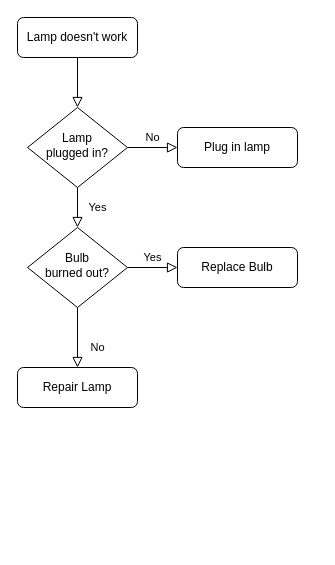
Earlier version of the draw.io diagram assets/未命名绘图.drawio (crazehub/crazehub.github.io). Source tidied: cells renumbered, new cells numbered last; positions are measured from the earlier drawing's top-left corner, leaving out a move shared by most shapes. Both pictures are drawn from the tidied source at 100%, with x=0, y=0 at pixel (17, 17).
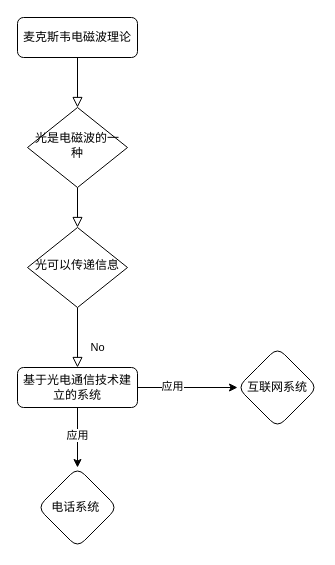
After the change.

What changed in the source:
```diff
@@
 <mxGraphModel>
   <root>
     <mxCell id="0" />
     <mxCell id="1" parent="0" />
     <mxCell id="2" style="rounded=0;html=1;jettySize=auto;fontSize=11;endArrow=block;endFill=0;endSize=8;strokeWidth=1;shadow=0;labelBackgroundColor=none;edgeStyle=orthogonalEdgeStyle;" parent="1" edge="1" source="3" target="6">
       <mxGeometry relative="1" as="geometry" />
     </mxCell>
-    <mxCell id="3" value="Lamp doesn't work" style="rounded=1;whiteSpace=wrap;html=1;fontSize=12;glass=0;strokeWidth=1;shadow=0;" parent="1" vertex="1">
+    <mxCell id="3" value="&lt;p class=&quot;paragraph&quot;&gt;麦克斯韦电磁波理论&lt;/p&gt;" style="rounded=1;whiteSpace=wrap;html=1;fontSize=12;glass=0;strokeWidth=1;shadow=0;" parent="1" vertex="1">
       <mxGeometry width="120" height="40" as="geometry" />
     </mxCell>
-    <mxCell id="4" value="Yes" style="rounded=0;html=1;jettySize=auto;fontSize=11;endArrow=block;endFill=0;endSize=8;strokeWidth=1;shadow=0;labelBackgroundColor=none;edgeStyle=orthogonalEdgeStyle;" parent="1" edge="1" source="6" target="10">
+    <mxCell id="4" style="rounded=0;html=1;jettySize=auto;fontSize=11;endArrow=block;endFill=0;endSize=8;strokeWidth=1;shadow=0;labelBackgroundColor=none;edgeStyle=orthogonalEdgeStyle;" parent="1" edge="1" source="6" target="10">
       <mxGeometry y="20" relative="1" as="geometry" />
     </mxCell>
-    <mxCell id="5" value="No" style="edgeStyle=orthogonalEdgeStyle;rounded=0;html=1;jettySize=auto;fontSize=11;endArrow=block;endFill=0;endSize=8;strokeWidth=1;shadow=0;labelBackgroundColor=none;" parent="1" edge="1" source="6" target="7">
-      <mxGeometry y="10" relative="1" as="geometry" />
-    </mxCell>
-    <mxCell id="6" value="Lamp&lt;br&gt;plugged in?" style="rhombus;whiteSpace=wrap;html=1;shadow=0;fontFamily=Helvetica;fontSize=12;align=center;strokeWidth=1;spacing=6;spacingTop=-4;" parent="1" vertex="1">
+    <mxCell id="6" value="&lt;p class=&quot;paragraph&quot;&gt;光是电磁波的一种&lt;/p&gt;" style="rhombus;whiteSpace=wrap;html=1;shadow=0;fontFamily=Helvetica;fontSize=12;align=center;strokeWidth=1;spacing=6;spacingTop=-4;" parent="1" vertex="1">
       <mxGeometry x="10" y="90" width="100" height="80" as="geometry" />
     </mxCell>
-    <mxCell id="7" value="Plug in lamp" style="rounded=1;whiteSpace=wrap;html=1;fontSize=12;glass=0;strokeWidth=1;shadow=0;" parent="1" vertex="1">
-      <mxGeometry x="160" y="110" width="120" height="40" as="geometry" />
-    </mxCell>
     <mxCell id="8" value="No" style="rounded=0;html=1;jettySize=auto;fontSize=11;endArrow=block;endFill=0;endSize=8;strokeWidth=1;shadow=0;labelBackgroundColor=none;edgeStyle=orthogonalEdgeStyle;" parent="1" edge="1" source="10" target="11">
       <mxGeometry x="0.33" y="20" relative="1" as="geometry" />
     </mxCell>
-    <mxCell id="9" value="Yes" style="edgeStyle=orthogonalEdgeStyle;rounded=0;html=1;jettySize=auto;fontSize=11;endArrow=block;endFill=0;endSize=8;strokeWidth=1;shadow=0;labelBackgroundColor=none;" parent="1" edge="1" source="10" target="12">
-      <mxGeometry y="10" relative="1" as="geometry" />
-    </mxCell>
-    <mxCell id="10" value="Bulb&lt;br&gt;burned out?" style="rhombus;whiteSpace=wrap;html=1;shadow=0;fontFamily=Helvetica;fontSize=12;align=center;strokeWidth=1;spacing=6;spacingTop=-4;" parent="1" vertex="1">
+    <mxCell id="10" value="&lt;p class=&quot;paragraph&quot;&gt;光可以传递信息&lt;/p&gt;" style="rhombus;whiteSpace=wrap;html=1;shadow=0;fontFamily=Helvetica;fontSize=12;align=center;strokeWidth=1;spacing=6;spacingTop=-4;" parent="1" vertex="1">
       <mxGeometry x="10" y="210" width="100" height="80" as="geometry" />
     </mxCell>
+    <mxCell id="13" style="edgeStyle=orthogonalEdgeStyle;rounded=0;jettySize=auto;html=1;" parent="1" edge="1" source="11" target="17">
+      <mxGeometry relative="1" as="geometry" />
+    </mxCell>
+    <mxCell id="14" value="应用" style="edgeLabel;html=1;align=center;verticalAlign=middle;" parent="13" vertex="1">
+      <mxGeometry x="-0.1" y="-1" relative="1" as="geometry" />
+    </mxCell>
+    <mxCell id="15" style="edgeStyle=orthogonalEdgeStyle;rounded=0;jettySize=auto;html=1;" parent="1" edge="1" source="11" target="18">
+      <mxGeometry relative="1" as="geometry" />
+    </mxCell>
+    <mxCell id="16" value="应用" style="edgeLabel;html=1;align=center;verticalAlign=middle;" parent="15" vertex="1">
+      <mxGeometry x="-0.32" y="2" relative="1" as="geometry" />
+    </mxCell>
-    <mxCell id="11" value="Repair Lamp" style="rounded=1;whiteSpace=wrap;html=1;fontSize=12;glass=0;strokeWidth=1;shadow=0;" parent="1" vertex="1">
+    <mxCell id="11" value="&lt;p class=&quot;paragraph&quot;&gt;基于光电通信技术建立的系统&lt;/p&gt;" style="rounded=1;whiteSpace=wrap;html=1;fontSize=12;glass=0;strokeWidth=1;shadow=0;" parent="1" vertex="1">
       <mxGeometry y="350" width="120" height="40" as="geometry" />
     </mxCell>
-    <mxCell id="12" value="Replace Bulb" style="rounded=1;whiteSpace=wrap;html=1;fontSize=12;glass=0;strokeWidth=1;shadow=0;" parent="1" vertex="1">
-      <mxGeometry x="160" y="230" width="120" height="40" as="geometry" />
-    </mxCell>
+    <mxCell id="17" value="&lt;p class=&quot;paragraph&quot;&gt;电话系统&amp;nbsp;&lt;/p&gt;" style="rhombus;whiteSpace=wrap;html=1;rounded=1;glass=0;strokeWidth=1;shadow=0;" parent="1" vertex="1">
+      <mxGeometry x="20" y="450" width="80" height="80" as="geometry" />
+    </mxCell>
+    <mxCell id="18" value="&lt;p class=&quot;paragraph&quot;&gt;互联网系统&lt;/p&gt;" style="rhombus;whiteSpace=wrap;html=1;rounded=1;glass=0;strokeWidth=1;shadow=0;" parent="1" vertex="1">
+      <mxGeometry x="220" y="330" width="80" height="80" as="geometry" />
+    </mxCell>
   </root>
 </mxGraphModel>
```
